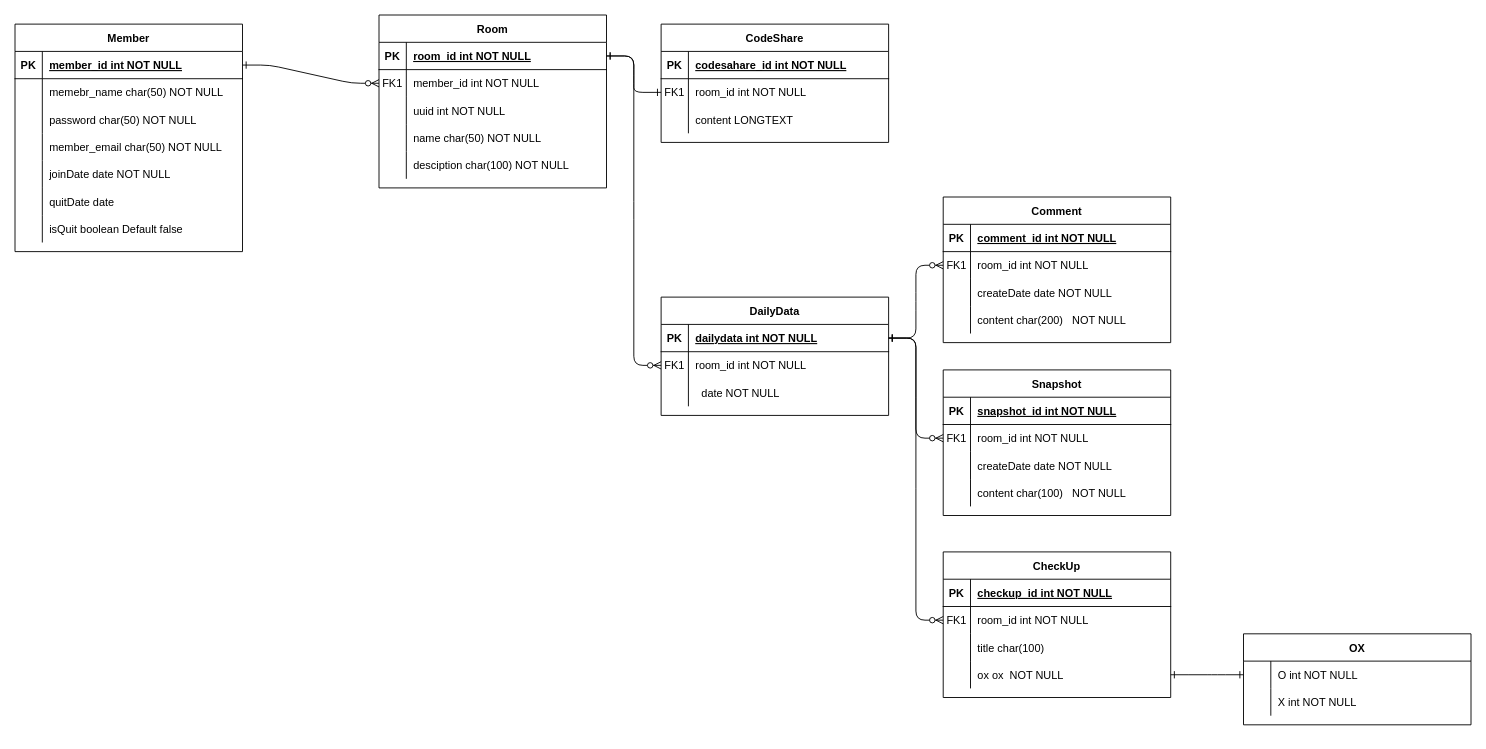
study-management-project/BE keeps this draw.io diagram as ERD.drawio. Above is the earlier version. Source tidied: cells renumbered, new cells numbered last; positions are measured from the earlier drawing's top-left corner, leaving out a move shared by most shapes. Both pictures are drawn from the tidied source at 91%, with x=0, y=0 at pixel (15, 15).
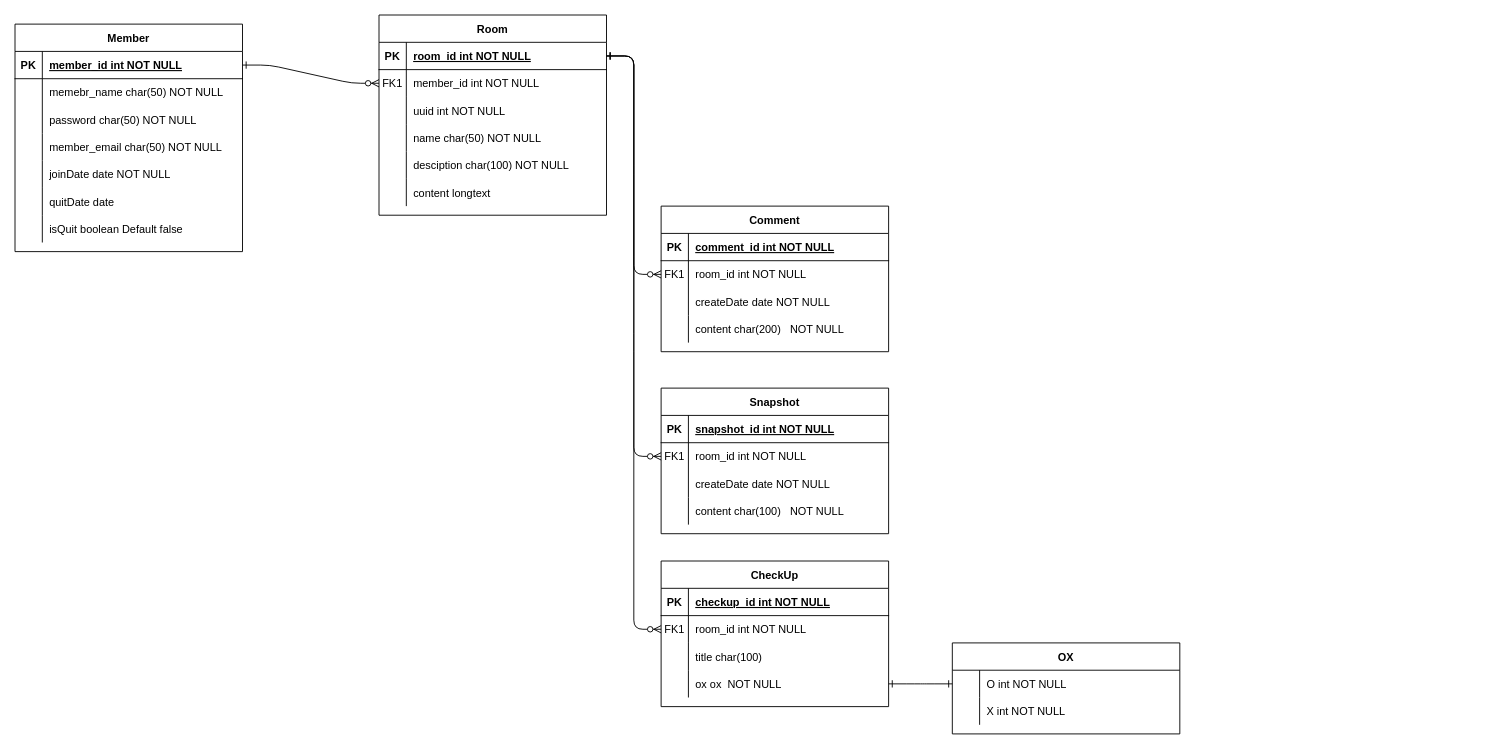
Above is the later version.

The change refers to these unchanged cells:
```xml
<mxCell id="4" style="shape=partialRectangle;fillColor=none;points=[[0,0.5],[1,0.5]];portConstraint=eastwest;top=0;left=0;right=0;bottom=1;" parent="3" vertex="1">
  <mxGeometry y="30" width="250" height="30" as="geometry" />
</mxCell>
<mxCell id="55" style="shape=partialRectangle;fillColor=none;points=[[0,0.5],[1,0.5]];portConstraint=eastwest;top=0;left=0;right=0;bottom=0;" parent="51" vertex="1">
  <mxGeometry y="60" width="250" height="30" as="geometry" />
</mxCell>
<mxCell id="75" style="shape=partialRectangle;fillColor=none;points=[[0,0.5],[1,0.5]];portConstraint=eastwest;top=0;left=0;right=0;bottom=0;" parent="71" vertex="1">
  <mxGeometry y="60" width="250" height="30" as="geometry" />
</mxCell>
<mxCell id="88" style="shape=partialRectangle;fillColor=none;points=[[0,0.5],[1,0.5]];portConstraint=eastwest;top=0;left=0;right=0;bottom=0;" parent="84" vertex="1">
  <mxGeometry y="60" width="250" height="30" as="geometry" />
</mxCell>
```

What changed in the source:
```diff
@@
     <mxCell id="3" value="Room" style="shape=table;startSize=30;childLayout=tableLayout;rowLines=0;fontStyle=1;align=center;" parent="1" vertex="1">
-      <mxGeometry x="400" width="250" height="190" as="geometry" />
+      <mxGeometry x="400" width="250" height="220" as="geometry" />
     </mxCell>
@@
-    <mxCell id="19" value="CodeShare" style="shape=table;startSize=30;childLayout=tableLayout;rowLines=0;fontStyle=1;align=center;" parent="1" vertex="1">
-      <mxGeometry x="710" y="10" width="250" height="130" as="geometry" />
-    </mxCell>
-    <mxCell id="20" style="shape=partialRectangle;fillColor=none;top=0;left=0;right=0;bottom=1;" parent="19" vertex="1">
-      <mxGeometry y="30" width="250" height="30" as="geometry" />
-    </mxCell>
-    <mxCell id="21" value="PK" style="shape=partialRectangle;overflow=hidden;fillColor=none;top=0;left=0;bottom=0;right=0;fontStyle=1;" parent="20" vertex="1">
-      <mxGeometry width="30" height="30" as="geometry" />
-    </mxCell>
-    <mxCell id="22" value="codesahare_id int NOT NULL " style="shape=partialRectangle;overflow=hidden;fillColor=none;top=0;left=0;bottom=0;right=0;align=left;spacingLeft=6;fontStyle=5;" parent="20" vertex="1">
-      <mxGeometry x="30" width="220" height="30" as="geometry" />
-    </mxCell>
-    <mxCell id="23" style="shape=partialRectangle;fillColor=none;points=[[0,0.5],[1,0.5]];portConstraint=eastwest;top=0;left=0;right=0;bottom=0;" parent="19" vertex="1">
-      <mxGeometry y="60" width="250" height="30" as="geometry" />
-    </mxCell>
-    <mxCell id="24" value="FK1" style="shape=partialRectangle;overflow=hidden;fillColor=none;top=0;left=0;bottom=0;right=0;" parent="23" vertex="1">
-      <mxGeometry width="30" height="30" as="geometry" />
-    </mxCell>
-    <mxCell id="25" value="room_id int NOT NULL" style="shape=partialRectangle;overflow=hidden;fillColor=none;top=0;left=0;bottom=0;right=0;align=left;spacingLeft=6;" parent="23" vertex="1">
-      <mxGeometry x="30" width="220" height="30" as="geometry" />
-    </mxCell>
-    <mxCell id="26" style="shape=partialRectangle;fillColor=none;top=0;left=0;right=0;bottom=0;" parent="19" vertex="1">
-      <mxGeometry y="90" width="250" height="30" as="geometry" />
-    </mxCell>
-    <mxCell id="27" style="shape=partialRectangle;overflow=hidden;fillColor=none;top=0;left=0;bottom=0;right=0;" parent="26" vertex="1">
-      <mxGeometry width="30" height="30" as="geometry" />
-    </mxCell>
-    <mxCell id="28" value="content LONGTEXT" style="shape=partialRectangle;overflow=hidden;fillColor=none;top=0;left=0;bottom=0;right=0;align=left;spacingLeft=6;" parent="26" vertex="1">
-      <mxGeometry x="30" width="220" height="30" as="geometry" />
-    </mxCell>
+    <mxCell id="113" style="shape=partialRectangle;fillColor=none;top=0;left=0;right=0;bottom=0;" parent="3" vertex="1">
+      <mxGeometry y="180" width="250" height="30" as="geometry" />
+    </mxCell>
+    <mxCell id="114" style="shape=partialRectangle;overflow=hidden;fillColor=none;top=0;left=0;bottom=0;right=0;" parent="113" vertex="1">
+      <mxGeometry width="30" height="30" as="geometry" />
+    </mxCell>
+    <mxCell id="115" value="content longtext" style="shape=partialRectangle;overflow=hidden;fillColor=none;top=0;left=0;bottom=0;right=0;align=left;spacingLeft=6;" parent="113" vertex="1">
+      <mxGeometry x="30" width="220" height="30" as="geometry" />
+    </mxCell>
@@
     <mxCell id="51" value="CheckUp" style="shape=table;startSize=30;childLayout=tableLayout;rowLines=0;fontStyle=1;align=center;" parent="1" vertex="1">
-      <mxGeometry x="1020" y="590" width="250" height="160" as="geometry" />
+      <mxGeometry x="710" y="600" width="250" height="160" as="geometry" />
     </mxCell>
@@
     <mxCell id="64" value="OX" style="shape=table;startSize=30;childLayout=tableLayout;rowLines=0;fontStyle=1;align=center;" parent="1" vertex="1">
-      <mxGeometry x="1350" y="680" width="250" height="100" as="geometry" />
+      <mxGeometry x="1030" y="690" width="250" height="100" as="geometry" />
     </mxCell>
@@
     <mxCell id="71" value="Comment" style="shape=table;startSize=30;childLayout=tableLayout;rowLines=0;fontStyle=1;align=center;" parent="1" vertex="1">
-      <mxGeometry x="1020" y="200" width="250" height="160" as="geometry" />
+      <mxGeometry x="710" y="210" width="250" height="160" as="geometry" />
     </mxCell>
@@
     <mxCell id="84" value="Snapshot" style="shape=table;startSize=30;childLayout=tableLayout;rowLines=0;fontStyle=1;align=center;" parent="1" vertex="1">
-      <mxGeometry x="1020" y="390" width="250" height="160" as="geometry" />
+      <mxGeometry x="710" y="410" width="250" height="160" as="geometry" />
     </mxCell>
@@
-    <mxCell id="97" style="edgeStyle=entityRelationEdgeStyle;endArrow=ERzeroToMany;startArrow=ERone;endFill=1;startFill=0;" parent="1" edge="1" source="103" target="88">
+    <mxCell id="97" style="edgeStyle=entityRelationEdgeStyle;endArrow=ERzeroToMany;startArrow=ERone;endFill=1;startFill=0;" parent="1" edge="1" source="4" target="88">
       <mxGeometry relative="1" as="geometry">
         <Array as="points">
           <mxPoint x="690" y="660" />
         </Array>
       </mxGeometry>
     </mxCell>
-    <mxCell id="98" style="edgeStyle=entityRelationEdgeStyle;endArrow=ERzeroToMany;startArrow=ERone;endFill=1;startFill=0;" parent="1" edge="1" source="103" target="55">
+    <mxCell id="98" style="edgeStyle=entityRelationEdgeStyle;endArrow=ERzeroToMany;startArrow=ERone;endFill=1;startFill=0;" parent="1" edge="1" source="4" target="55">
       <mxGeometry relative="1" as="geometry">
         <Array as="points">
           <mxPoint x="710" y="656" />
         </Array>
       </mxGeometry>
     </mxCell>
-    <mxCell id="99" style="edgeStyle=entityRelationEdgeStyle;endArrow=ERzeroToMany;startArrow=ERone;endFill=1;startFill=0;" parent="1" edge="1" source="103" target="75">
+    <mxCell id="99" style="edgeStyle=entityRelationEdgeStyle;endArrow=ERzeroToMany;startArrow=ERone;endFill=1;startFill=0;" parent="1" edge="1" source="4" target="75">
       <mxGeometry relative="1" as="geometry">
         <Array as="points">
           <mxPoint x="730" y="666" />
         </Array>
       </mxGeometry>
     </mxCell>
@@
-    <mxCell id="101" style="edgeStyle=entityRelationEdgeStyle;endArrow=ERone;startArrow=ERone;endFill=0;startFill=0;" parent="1" edge="1" source="4" target="23">
-      <mxGeometry relative="1" as="geometry">
-        <Array as="points">
-          <mxPoint x="820" y="661" />
-        </Array>
-      </mxGeometry>
-    </mxCell>
-    <mxCell id="102" value="DailyData" style="shape=table;startSize=30;childLayout=tableLayout;rowLines=0;fontStyle=1;align=center;" parent="1" vertex="1">
-      <mxGeometry x="710" y="310" width="250" height="130" as="geometry" />
-    </mxCell>
-    <mxCell id="103" style="shape=partialRectangle;fillColor=none;points=[[0,0.5],[1,0.5]];portConstraint=eastwest;top=0;left=0;right=0;bottom=1;" parent="102" vertex="1">
-      <mxGeometry y="30" width="250" height="30" as="geometry" />
-    </mxCell>
-    <mxCell id="104" value="PK" style="shape=partialRectangle;overflow=hidden;fillColor=none;top=0;left=0;bottom=0;right=0;fontStyle=1;" parent="103" vertex="1">
-      <mxGeometry width="30" height="30" as="geometry" />
-    </mxCell>
-    <mxCell id="105" value="dailydata int NOT NULL " style="shape=partialRectangle;overflow=hidden;fillColor=none;top=0;left=0;bottom=0;right=0;align=left;spacingLeft=6;fontStyle=5;" parent="103" vertex="1">
-      <mxGeometry x="30" width="220" height="30" as="geometry" />
-    </mxCell>
-    <mxCell id="106" style="shape=partialRectangle;fillColor=none;points=[[0,0.5],[1,0.5]];portConstraint=eastwest;top=0;left=0;right=0;bottom=0;" parent="102" vertex="1">
-      <mxGeometry y="60" width="250" height="30" as="geometry" />
-    </mxCell>
-    <mxCell id="107" value="FK1" style="shape=partialRectangle;overflow=hidden;fillColor=none;top=0;left=0;bottom=0;right=0;" parent="106" vertex="1">
-      <mxGeometry width="30" height="30" as="geometry" />
-    </mxCell>
-    <mxCell id="108" value="room_id int NOT NULL" style="shape=partialRectangle;overflow=hidden;fillColor=none;top=0;left=0;bottom=0;right=0;align=left;spacingLeft=6;" parent="106" vertex="1">
-      <mxGeometry x="30" width="220" height="30" as="geometry" />
-    </mxCell>
-    <mxCell id="109" style="shape=partialRectangle;fillColor=none;top=0;left=0;right=0;bottom=0;" parent="102" vertex="1">
-      <mxGeometry y="90" width="250" height="30" as="geometry" />
-    </mxCell>
-    <mxCell id="110" style="shape=partialRectangle;overflow=hidden;fillColor=none;top=0;left=0;bottom=0;right=0;" parent="109" vertex="1">
-      <mxGeometry width="30" height="30" as="geometry" />
-    </mxCell>
-    <mxCell id="111" value="  date NOT NULL" style="shape=partialRectangle;overflow=hidden;fillColor=none;top=0;left=0;bottom=0;right=0;align=left;spacingLeft=6;" parent="109" vertex="1">
-      <mxGeometry x="30" width="220" height="30" as="geometry" />
-    </mxCell>
-    <mxCell id="112" style="edgeStyle=entityRelationEdgeStyle;endArrow=ERzeroToMany;startArrow=ERone;endFill=1;startFill=0;" parent="1" edge="1" source="4" target="106">
-      <mxGeometry relative="1" as="geometry">
-        <Array as="points">
-          <mxPoint x="550" y="571" />
-        </Array>
-      </mxGeometry>
-    </mxCell>
```
